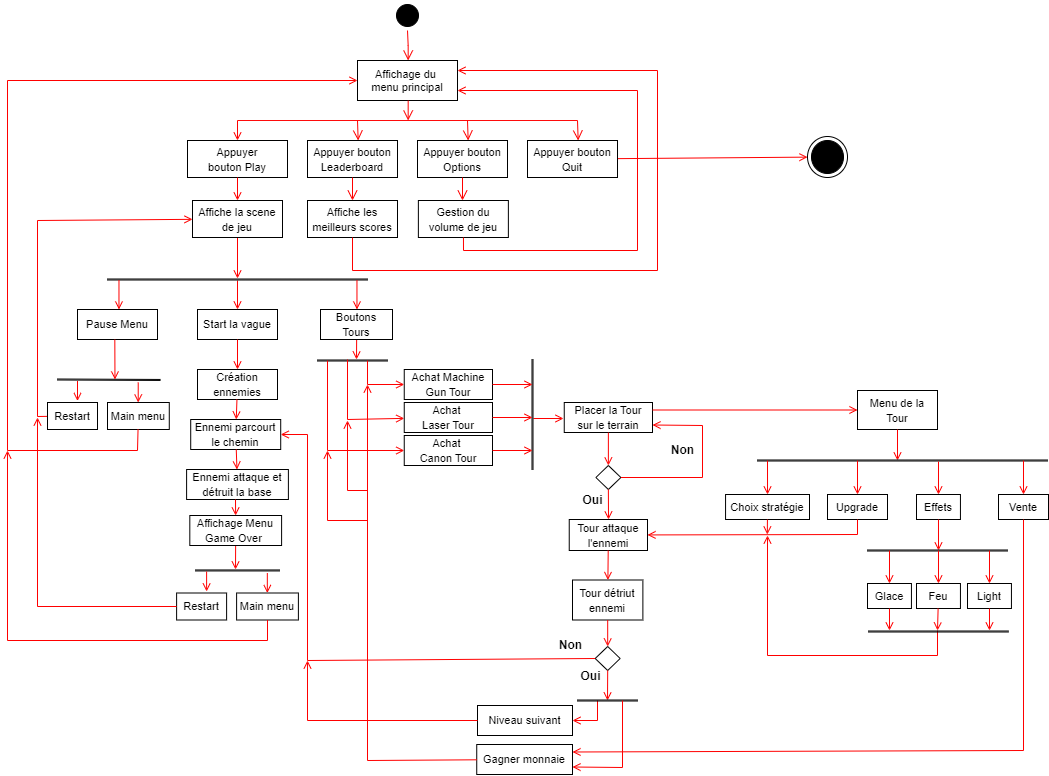
The draw.io diagram Diagrammes/ActivityDiagram.png in la-defense-des-tours/docs, before a commit. Source tidied: cells renumbered, new cells last; positions are measured from the earlier drawing's top-left corner, leaving out a move shared by most shapes.
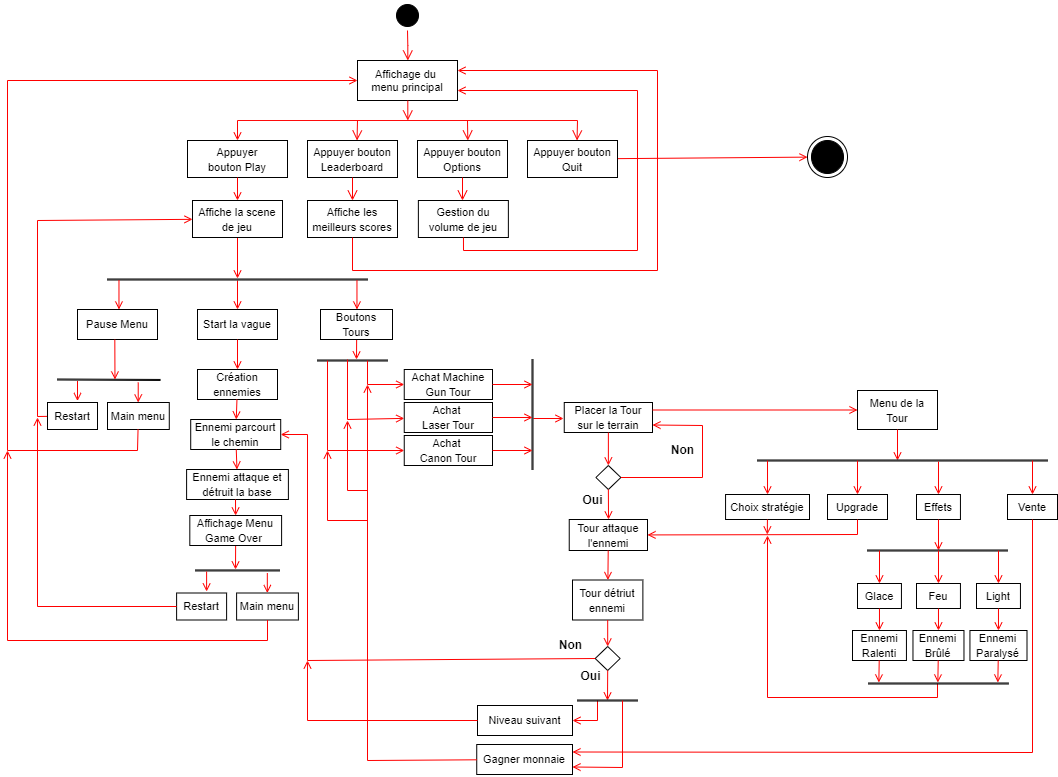
The same diagram one commit later.

Commit message:
fix: add state ennemi in activity diagram

Change to the diagram source:
```diff
@@ -424,11 +424,11 @@
     </mxCell>
     <mxCell id="95" style="endArrow=open;strokeColor=#FF0000;endFill=1;rounded=0;" parent="1" edge="1" target="96">
       <mxGeometry relative="1" as="geometry">
-        <mxPoint x="1016" y="460" as="sourcePoint" />
+        <mxPoint x="1025" y="460" as="sourcePoint" />
       </mxGeometry>
     </mxCell>
     <mxCell id="96" value="&lt;span style=&quot;font-size: 11px;&quot;&gt;Vente&lt;/span&gt;" style="rounded=0;whiteSpace=wrap;html=1;" parent="1" vertex="1">
-      <mxGeometry x="991" y="494" width="50" height="25" as="geometry" />
+      <mxGeometry x="1000" y="494" width="50" height="25" as="geometry" />
     </mxCell>
     <mxCell id="97" style="endArrow=open;strokeColor=#FF0000;endFill=1;rounded=0;" parent="1" edge="1" source="94">
       <mxGeometry relative="1" as="geometry">
@@ -443,11 +443,11 @@
     </mxCell>
     <mxCell id="99" style="endArrow=open;strokeColor=#FF0000;endFill=1;rounded=0;" parent="1" edge="1" target="100">
       <mxGeometry relative="1" as="geometry">
-        <mxPoint x="882" y="550" as="sourcePoint" />
+        <mxPoint x="872" y="550" as="sourcePoint" />
       </mxGeometry>
     </mxCell>
     <mxCell id="100" value="&lt;span style=&quot;font-size: 11px;&quot;&gt;Glace&lt;/span&gt;" style="rounded=0;whiteSpace=wrap;html=1;" parent="1" vertex="1">
-      <mxGeometry x="860" y="583" width="43.9" height="25" as="geometry" />
+      <mxGeometry x="850" y="583" width="43.9" height="25" as="geometry" />
     </mxCell>
     <mxCell id="101" style="endArrow=open;strokeColor=#FF0000;endFill=1;rounded=0;" parent="1" edge="1" target="102">
       <mxGeometry relative="1" as="geometry">
@@ -459,11 +459,11 @@
     </mxCell>
     <mxCell id="103" style="endArrow=open;strokeColor=#FF0000;endFill=1;rounded=0;" parent="1" edge="1" target="104">
       <mxGeometry relative="1" as="geometry">
-        <mxPoint x="982" y="550" as="sourcePoint" />
+        <mxPoint x="991" y="550" as="sourcePoint" />
       </mxGeometry>
     </mxCell>
     <mxCell id="104" value="&lt;span style=&quot;font-size: 11px;&quot;&gt;Light&lt;/span&gt;" style="rounded=0;whiteSpace=wrap;html=1;" parent="1" vertex="1">
-      <mxGeometry x="960" y="583" width="43.9" height="25" as="geometry" />
+      <mxGeometry x="969" y="583" width="43.9" height="25" as="geometry" />
     </mxCell>
     <mxCell id="105" value="&lt;span style=&quot;font-size: 11px;&quot;&gt;Niveau suivant&lt;/span&gt;" style="rounded=0;whiteSpace=wrap;html=1;" parent="1" vertex="1">
       <mxGeometry x="470" y="705" width="95" height="30" as="geometry" />
@@ -493,17 +493,17 @@
     <mxCell id="109" style="endArrow=open;strokeColor=#FF0000;endFill=1;rounded=0;entryX=1;entryY=0.25;entryDx=0;entryDy=0;" parent="1" edge="1" source="96" target="77">
       <mxGeometry relative="1" as="geometry">
         <Array as="points">
-          <mxPoint x="1016" y="750" />
+          <mxPoint x="1025" y="752" />
         </Array>
       </mxGeometry>
     </mxCell>
     <mxCell id="110" style="endArrow=open;strokeColor=#FF0000;endFill=1;rounded=0;" parent="1" edge="1">
       <mxGeometry relative="1" as="geometry">
-        <mxPoint x="930" y="630" as="sourcePoint" />
+        <mxPoint x="930" y="683" as="sourcePoint" />
         <mxPoint x="760" y="535" as="targetPoint" />
         <Array as="points">
-          <mxPoint x="930" y="655" />
-          <mxPoint x="760" y="655" />
+          <mxPoint x="930" y="697" />
+          <mxPoint x="760" y="697" />
         </Array>
       </mxGeometry>
     </mxCell>
@@ -552,25 +552,19 @@
         </Array>
       </mxGeometry>
     </mxCell>
-    <mxCell id="117" style="endArrow=open;strokeColor=#FF0000;endFill=1;rounded=0;" parent="1" edge="1" source="100">
-      <mxGeometry relative="1" as="geometry">
-        <mxPoint x="882" y="630" as="targetPoint" />
-      </mxGeometry>
+    <mxCell id="117" style="endArrow=open;strokeColor=#FF0000;endFill=1;rounded=0;" parent="1" edge="1" source="100" target="123">
+      <mxGeometry relative="1" as="geometry" />
     </mxCell>
-    <mxCell id="118" style="endArrow=open;strokeColor=#FF0000;endFill=1;rounded=0;" parent="1" edge="1" source="102">
-      <mxGeometry relative="1" as="geometry">
-        <mxPoint x="930" y="630" as="targetPoint" />
-      </mxGeometry>
+    <mxCell id="118" style="endArrow=open;strokeColor=#FF0000;endFill=1;rounded=0;" parent="1" edge="1" source="102" target="124">
+      <mxGeometry relative="1" as="geometry" />
     </mxCell>
-    <mxCell id="119" style="endArrow=open;strokeColor=#FF0000;endFill=1;rounded=0;" parent="1" edge="1" source="104">
-      <mxGeometry relative="1" as="geometry">
-        <mxPoint x="982" y="630" as="targetPoint" />
-      </mxGeometry>
+    <mxCell id="119" style="endArrow=open;strokeColor=#FF0000;endFill=1;rounded=0;" parent="1" edge="1" source="104" target="125">
+      <mxGeometry relative="1" as="geometry" />
     </mxCell>
     <mxCell id="120" style="shape=link;html=1;rounded=0;width=1;" parent="1" edge="1">
       <mxGeometry relative="1" as="geometry">
-        <mxPoint x="860.9" y="631" as="sourcePoint" />
-        <mxPoint x="1000.9" y="631" as="targetPoint" />
+        <mxPoint x="861" y="683" as="sourcePoint" />
+        <mxPoint x="1001" y="683" as="targetPoint" />
       </mxGeometry>
     </mxCell>
     <mxCell id="121" style="endArrow=open;strokeColor=#FF0000;endFill=1;rounded=0;" parent="1" edge="1">
@@ -591,5 +585,29 @@
         </Array>
       </mxGeometry>
     </mxCell>
+    <mxCell id="123" value="&lt;span style=&quot;font-size: 11px;&quot;&gt;Ennemi&lt;/span&gt;&lt;div&gt;&lt;span style=&quot;font-size: 11px;&quot;&gt;Ralenti&lt;/span&gt;&lt;/div&gt;" style="rounded=0;whiteSpace=wrap;html=1;" parent="1" vertex="1">
+      <mxGeometry x="845" y="630" width="53.9" height="30" as="geometry" />
+    </mxCell>
+    <mxCell id="124" value="&lt;span style=&quot;font-size: 11px;&quot;&gt;Ennemi&lt;/span&gt;&lt;div&gt;&lt;span style=&quot;font-size: 11px;&quot;&gt;Brûlé&lt;/span&gt;&lt;/div&gt;" style="rounded=0;whiteSpace=wrap;html=1;" parent="1" vertex="1">
+      <mxGeometry x="905.5" y="630" width="51" height="30" as="geometry" />
+    </mxCell>
+    <mxCell id="125" value="&lt;span style=&quot;font-size: 11px;&quot;&gt;Ennemi&lt;/span&gt;&lt;div&gt;&lt;span style=&quot;font-size: 11px;&quot;&gt;Paralysé&lt;/span&gt;&lt;/div&gt;" style="rounded=0;whiteSpace=wrap;html=1;" parent="1" vertex="1">
+      <mxGeometry x="962.4" y="630" width="57.1" height="30" as="geometry" />
+    </mxCell>
+    <mxCell id="126" style="endArrow=open;strokeColor=#FF0000;endFill=1;rounded=0;" parent="1" edge="1" source="123">
+      <mxGeometry relative="1" as="geometry">
+        <mxPoint x="871.3" y="682" as="targetPoint" />
+      </mxGeometry>
+    </mxCell>
+    <mxCell id="127" style="endArrow=open;strokeColor=#FF0000;endFill=1;rounded=0;" parent="1" edge="1" source="124">
+      <mxGeometry relative="1" as="geometry">
+        <mxPoint x="930.3" y="682" as="targetPoint" />
+      </mxGeometry>
+    </mxCell>
+    <mxCell id="128" style="endArrow=open;strokeColor=#FF0000;endFill=1;rounded=0;" parent="1" edge="1" source="125">
+      <mxGeometry relative="1" as="geometry">
+        <mxPoint x="990.3" y="682" as="targetPoint" />
+      </mxGeometry>
+    </mxCell>
   </root>
 </mxGraphModel>
```
